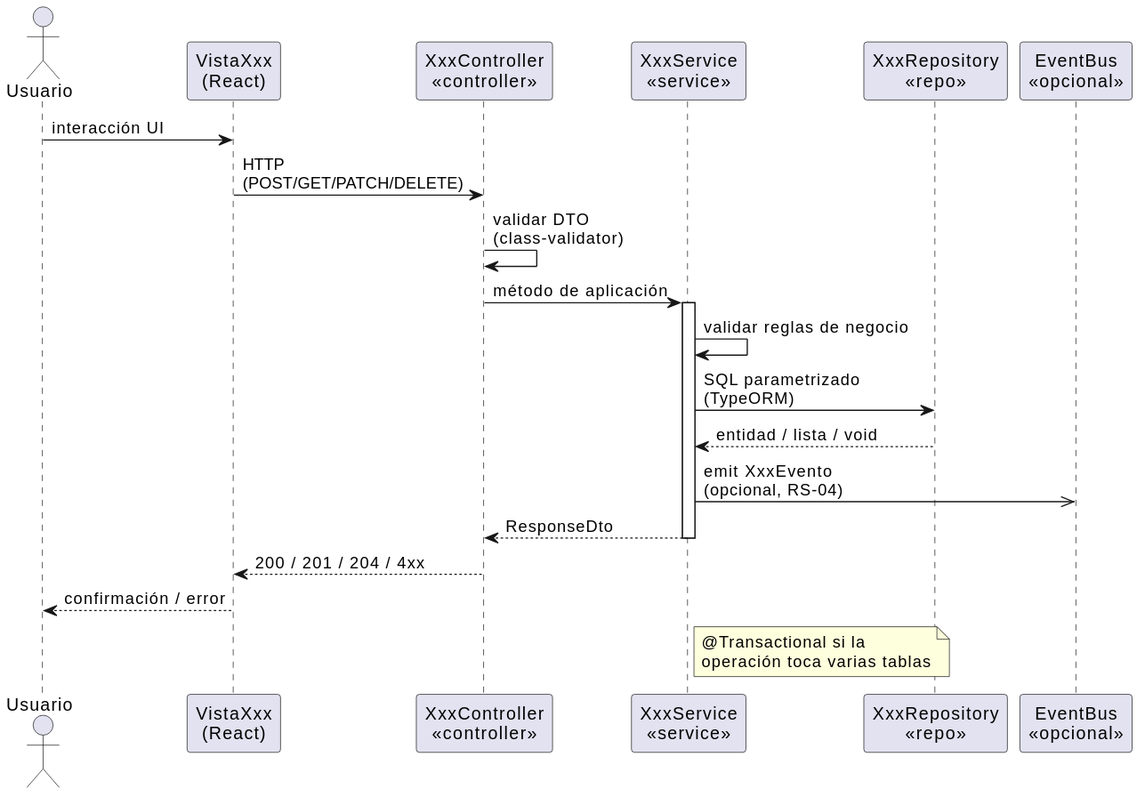
This is imagenes/capitulo3/diseno-secuencia-CRUD.svg from nekiiiiis/tfg, a PlantUML export, as it was before one commit.
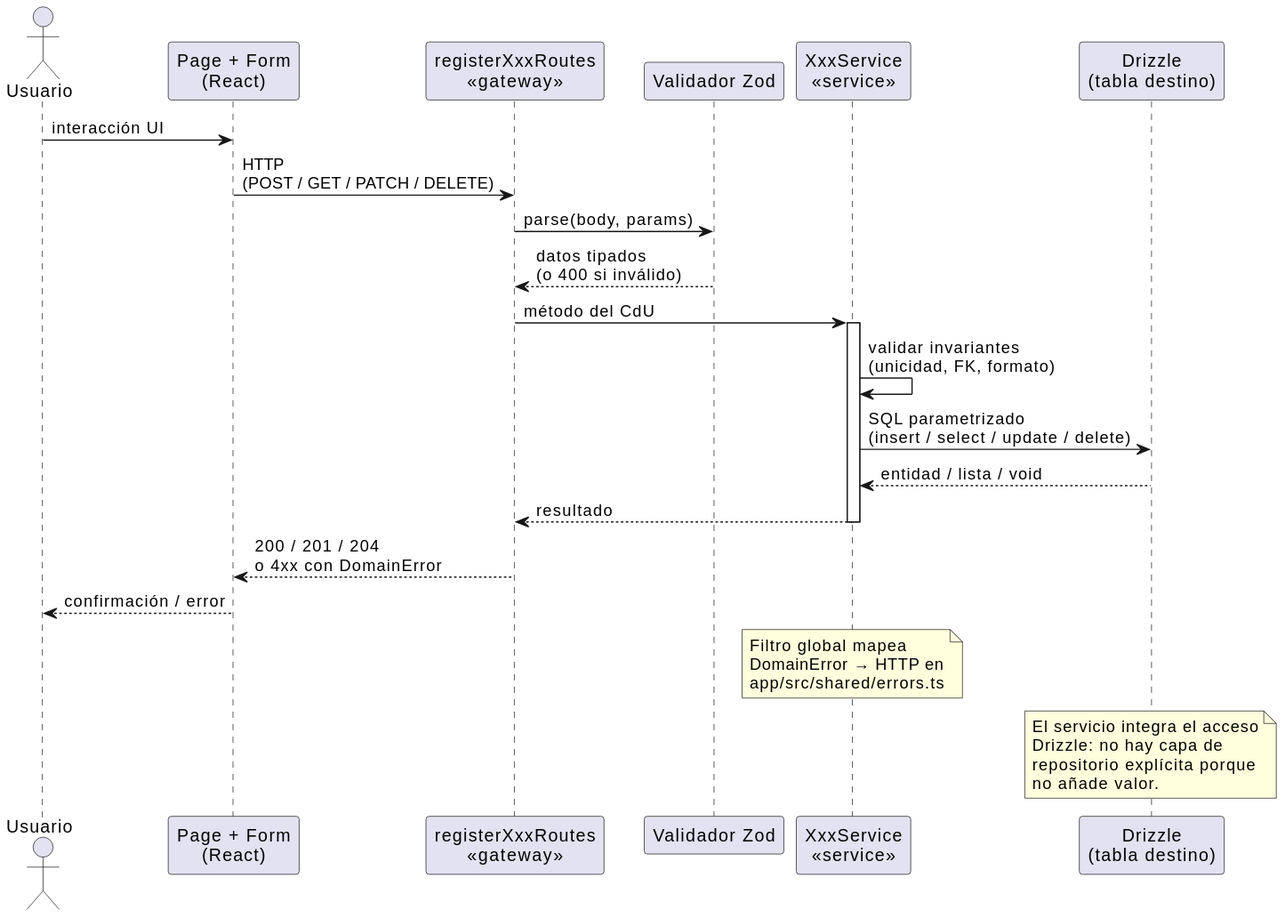
Later version of the same file.

Diff of the diagram source:
```diff
@@ -2,28 +2,36 @@
 skinparam shadowing false
 
 actor "Usuario" as U
-participant "VistaXxx\n(React)" as V
-participant "XxxController\n<<controller>>" as C
+participant "Page + Form\n(React)" as V
+participant "registerXxxRoutes\n<<gateway>>" as C
+participant "Validador Zod" as Z
 participant "XxxService\n<<service>>" as S
-participant "XxxRepository\n<<repo>>" as R
-participant "EventBus\n<<opcional>>" as B
+participant "Drizzle\n(tabla destino)" as R
 
 U -> V : interacción UI
-V -> C : HTTP\n(POST/GET/PATCH/DELETE)
-C -> C : validar DTO\n(class-validator)
-C -> S : método de aplicación
+V -> C : HTTP\n(POST / GET / PATCH / DELETE)
+C -> Z : parse(body, params)
+Z --> C : datos tipados\n(o 400 si inválido)
+C -> S : método del CdU
 activate S
-S -> S : validar reglas de negocio
-S -> R : SQL parametrizado\n(TypeORM)
+S -> S : validar invariantes\n(unicidad, FK, formato)
+S -> R : SQL parametrizado\n(insert / select / update / delete)
 R --> S : entidad / lista / void
-S ->> B : emit XxxEvento\n(opcional, RS-04)
-S --> C : ResponseDto
+S --> C : resultado
 deactivate S
-C --> V : 200 / 201 / 204 / 4xx
+C --> V : 200 / 201 / 204\no 4xx con DomainError
 V --> U : confirmación / error
 
-note right of S
-  @Transactional si la
-  operación toca varias tablas
+note over S
+  Filtro global mapea
+  DomainError → HTTP en
+  app/src/shared/errors.ts
+end note
+
+note over R
+  El servicio integra el acceso
+  Drizzle: no hay capa de
+  repositorio explícita porque
+  no añade valor.
 end note
 @enduml
```
